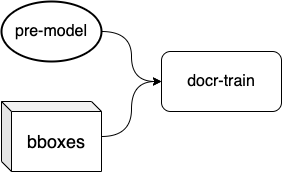
Earlier version of the draw.io export drawio/检测识别模型训练.png (lazypark/files). Source tidied: cells renumbered, new cells last; positions are measured from the earlier drawing's top-left corner, leaving out a move shared by most shapes. The source it was exported from:
```xml
<mxGraphModel>
  <root>
    <mxCell id="0" />
    <mxCell id="1" parent="0" />
    <mxCell id="2" style="edgeStyle=orthogonalEdgeStyle;rounded=0;jettySize=auto;html=1;entryX=0;entryY=0.5;entryDx=0;entryDy=0;curved=1;" parent="1" edge="1" source="3" target="6">
      <mxGeometry relative="1" as="geometry" />
    </mxCell>
    <mxCell id="3" value="&lt;font style=&quot;font-size: 16px&quot;&gt;pre-model&lt;/font&gt;" style="strokeWidth=2;html=1;shape=mxgraph.flowchart.start_1;whiteSpace=wrap;" parent="1" vertex="1">
      <mxGeometry width="100" height="60" as="geometry" />
    </mxCell>
    <mxCell id="4" style="edgeStyle=orthogonalEdgeStyle;curved=1;rounded=0;jettySize=auto;html=1;" parent="1" edge="1" source="5" target="6">
      <mxGeometry relative="1" as="geometry" />
    </mxCell>
    <mxCell id="5" value="&lt;font style=&quot;font-size: 18px&quot;&gt;bboxes&lt;/font&gt;" style="shape=cube;whiteSpace=wrap;html=1;boundedLbl=1;backgroundOutline=1;darkOpacity=0.05;darkOpacity2=0.1;size=10;" parent="1" vertex="1">
      <mxGeometry y="100" width="100" height="70" as="geometry" />
    </mxCell>
    <mxCell id="6" value="&lt;font style=&quot;font-size: 16px&quot;&gt;docr-train&lt;/font&gt;" style="rounded=1;whiteSpace=wrap;html=1;" parent="1" vertex="1">
      <mxGeometry x="160" y="50" width="120" height="60" as="geometry" />
    </mxCell>
  </root>
</mxGraphModel>
```
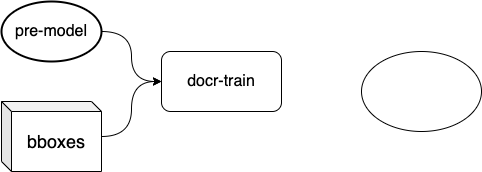
The same diagram one commit later.

Commit message:
更新检测识别模型训练-1.png

The edit, as a diff of the source:
```diff
@@ -17,5 +17,8 @@
     <mxCell id="6" value="&lt;font style=&quot;font-size: 16px&quot;&gt;docr-train&lt;/font&gt;" style="rounded=1;whiteSpace=wrap;html=1;" parent="1" vertex="1">
       <mxGeometry x="160" y="50" width="120" height="60" as="geometry" />
     </mxCell>
+    <mxCell id="7" style="ellipse;whiteSpace=wrap;html=1;" parent="1" vertex="1">
+      <mxGeometry x="360" y="50" width="120" height="80" as="geometry" />
+    </mxCell>
   </root>
 </mxGraphModel>
```
